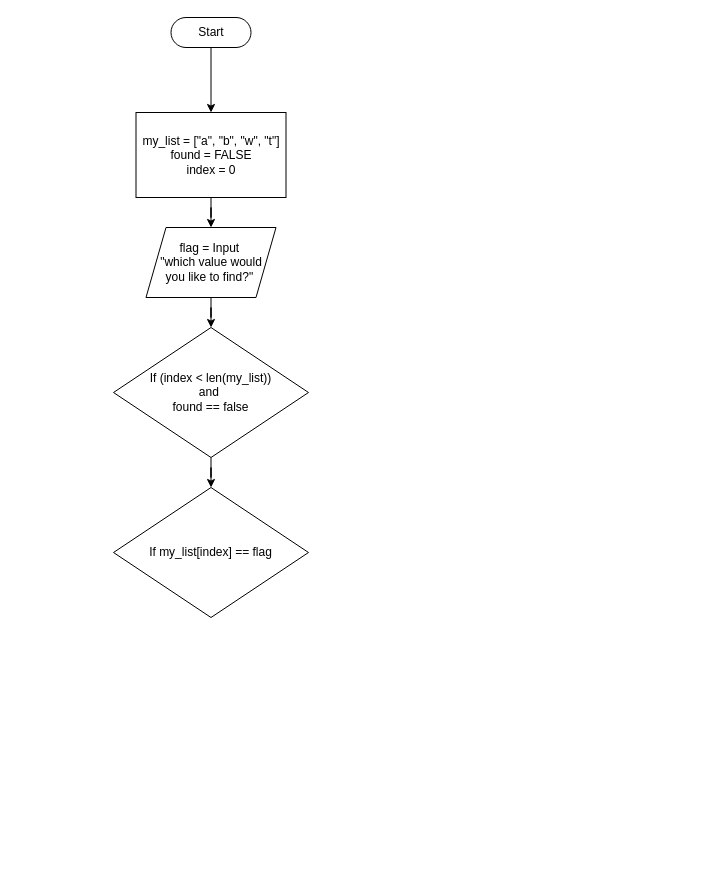
Before: Binary Search Diagram.drawio in maycra01/comp-sci-notes, a draw.io diagram. Source tidied: cells renumbered, new cells numbered last; positions are measured from the earlier drawing's top-left corner, leaving out a move shared by most shapes. Both pictures are drawn from the tidied source at 100%, with x=0, y=0 at pixel (113, 17).
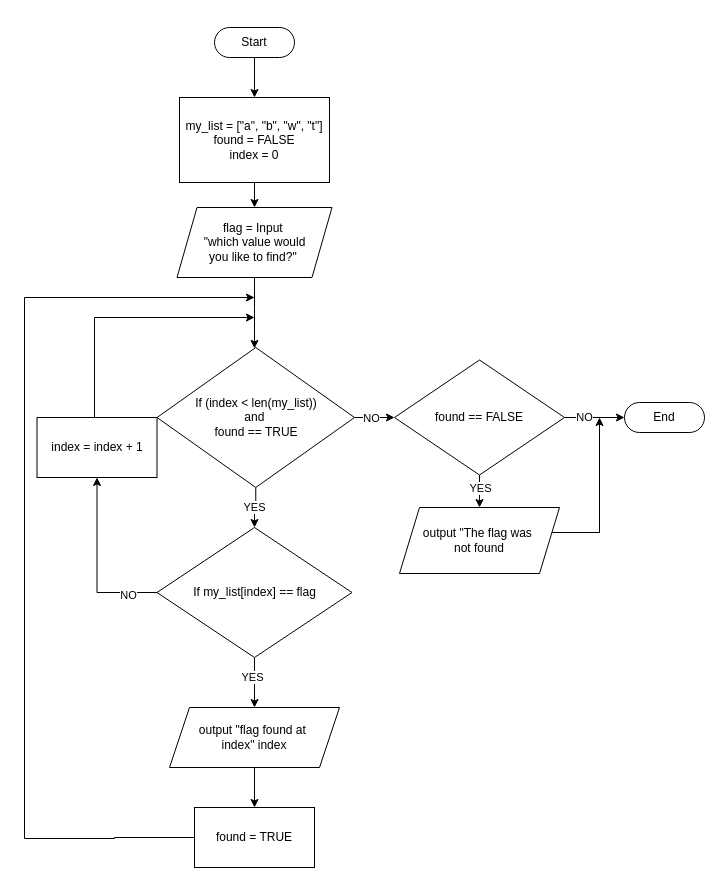
After the change.

Change to the diagram source:
```diff
@@
     <mxCell id="3" value="Start" style="html=1;dashed=0;whiteSpace=wrap;shape=mxgraph.dfd.start;" parent="1" vertex="1">
-      <mxGeometry x="57.5" width="80" height="30" as="geometry" />
+      <mxGeometry x="101" y="10" width="80" height="30" as="geometry" />
     </mxCell>
     <mxCell id="4" style="edgeStyle=orthogonalEdgeStyle;rounded=0;jettySize=auto;html=1;" parent="1" edge="1" source="5" target="9">
-      <mxGeometry relative="1" as="geometry" />
+      <mxGeometry relative="1" as="geometry">
+        <Array as="points">
+          <mxPoint x="141" y="290" />
+          <mxPoint x="141" y="290" />
+        </Array>
+      </mxGeometry>
     </mxCell>
     <mxCell id="5" value="flag = Input&amp;nbsp;&lt;div&gt;&quot;which value would&lt;/div&gt;&lt;div&gt;you like to find?&quot;&amp;nbsp;&lt;/div&gt;" style="shape=parallelogram;perimeter=parallelogramPerimeter;whiteSpace=wrap;html=1;fixedSize=1;dashed=0;" parent="1" vertex="1">
-      <mxGeometry x="32.5" y="210" width="130" height="70" as="geometry" />
+      <mxGeometry x="63.5" y="190" width="155" height="70" as="geometry" />
     </mxCell>
@@
     <mxCell id="7" value="my_list = [&quot;a&quot;, &quot;b&quot;, &quot;w&quot;, &quot;t&quot;]&lt;div&gt;found = FALSE&lt;/div&gt;&lt;div&gt;index = 0&lt;/div&gt;" style="whiteSpace=wrap;html=1;dashed=0;" parent="1" vertex="1">
-      <mxGeometry x="22.5" y="95" width="150" height="85" as="geometry" />
+      <mxGeometry x="66" y="80" width="150" height="85" as="geometry" />
     </mxCell>
-    <mxCell id="8" style="edgeStyle=orthogonalEdgeStyle;rounded=0;jettySize=auto;html=1;exitX=0.5;exitY=1;exitDx=0;exitDy=0;" parent="1" edge="1" source="9" target="10">
+    <mxCell id="8" value="YES" style="edgeStyle=orthogonalEdgeStyle;rounded=0;jettySize=auto;html=1;exitX=0.5;exitY=1;exitDx=0;exitDy=0;" parent="1" edge="1" source="9" target="10">
       <mxGeometry relative="1" as="geometry" />
     </mxCell>
+    <mxCell id="11" style="edgeStyle=orthogonalEdgeStyle;rounded=0;jettySize=auto;html=1;exitX=1;exitY=0.5;exitDx=0;exitDy=0;" parent="1" edge="1" source="9" target="26">
+      <mxGeometry relative="1" as="geometry">
+        <Array as="points">
+          <mxPoint x="251" y="400" />
+          <mxPoint x="251" y="400" />
+        </Array>
+      </mxGeometry>
+    </mxCell>
+    <mxCell id="12" value="NO" style="edgeLabel;html=1;align=center;verticalAlign=middle;" parent="11" vertex="1">
+      <mxGeometry x="-0.22" relative="1" as="geometry" />
+    </mxCell>
-    <mxCell id="9" value="If (index &amp;lt; len(my_list))&lt;div&gt;and&amp;nbsp;&lt;/div&gt;&lt;div&gt;found == false&lt;/div&gt;" style="rhombus;whiteSpace=wrap;html=1;dashed=0;" parent="1" vertex="1">
-      <mxGeometry y="310" width="195" height="130" as="geometry" />
+    <mxCell id="9" value="If (index &amp;lt; len(my_list))&lt;div&gt;and&amp;nbsp;&lt;/div&gt;&lt;div&gt;found == TRUE&lt;/div&gt;" style="rhombus;whiteSpace=wrap;html=1;dashed=0;" parent="1" vertex="1">
+      <mxGeometry x="43.5" y="330" width="197.5" height="140" as="geometry" />
     </mxCell>
+    <mxCell id="13" style="edgeStyle=orthogonalEdgeStyle;rounded=0;jettySize=auto;html=1;exitX=0;exitY=0.5;exitDx=0;exitDy=0;" parent="1" edge="1" source="10" target="18">
+      <mxGeometry relative="1" as="geometry" />
+    </mxCell>
+    <mxCell id="14" value="NO" style="edgeLabel;html=1;align=center;verticalAlign=middle;" parent="13" vertex="1">
+      <mxGeometry x="-0.66" y="2" relative="1" as="geometry">
+        <mxPoint x="1" as="offset" />
+      </mxGeometry>
+    </mxCell>
+    <mxCell id="15" style="edgeStyle=orthogonalEdgeStyle;rounded=0;jettySize=auto;html=1;exitX=0.5;exitY=1;exitDx=0;exitDy=0;" parent="1" edge="1" source="10" target="20">
+      <mxGeometry relative="1" as="geometry" />
+    </mxCell>
+    <mxCell id="16" value="YES" style="edgeLabel;html=1;align=center;verticalAlign=middle;" parent="15" vertex="1">
+      <mxGeometry x="-0.23" y="-3" relative="1" as="geometry" />
+    </mxCell>
     <mxCell id="10" value="If my_list[index] == flag" style="rhombus;whiteSpace=wrap;html=1;dashed=0;" parent="1" vertex="1">
-      <mxGeometry y="470" width="195" height="130" as="geometry" />
+      <mxGeometry x="43.5" y="510" width="195" height="130" as="geometry" />
     </mxCell>
+    <mxCell id="17" style="edgeStyle=orthogonalEdgeStyle;rounded=0;orthogonalLoop=1;jettySize=auto;html=1;" parent="1" edge="1">
+      <mxGeometry relative="1" as="geometry">
+        <mxPoint x="-19" y="420" as="sourcePoint" />
+        <mxPoint x="141" y="300" as="targetPoint" />
+        <Array as="points">
+          <mxPoint x="-19" y="300" />
+        </Array>
+      </mxGeometry>
+    </mxCell>
+    <mxCell id="18" value="index = index + 1" style="rounded=0;whiteSpace=wrap;html=1;" parent="1" vertex="1">
+      <mxGeometry x="-76.5" y="400" width="120" height="60" as="geometry" />
+    </mxCell>
+    <mxCell id="19" style="edgeStyle=orthogonalEdgeStyle;rounded=0;jettySize=auto;html=1;" parent="1" edge="1" source="20" target="22">
+      <mxGeometry relative="1" as="geometry" />
+    </mxCell>
+    <mxCell id="20" value="output&amp;nbsp;&lt;span style=&quot;background-color: initial;&quot;&gt;&quot;flag found at&amp;nbsp;&lt;/span&gt;&lt;div&gt;&lt;span style=&quot;background-color: initial;&quot;&gt;index&quot; index&lt;/span&gt;&lt;/div&gt;" style="shape=parallelogram;perimeter=parallelogramPerimeter;whiteSpace=wrap;html=1;fixedSize=1;" parent="1" vertex="1">
+      <mxGeometry x="56" y="690" width="170" height="60" as="geometry" />
+    </mxCell>
+    <mxCell id="21" style="edgeStyle=orthogonalEdgeStyle;rounded=0;jettySize=auto;html=1;" parent="1" edge="1" source="22">
+      <mxGeometry relative="1" as="geometry">
+        <mxPoint x="141" y="280" as="targetPoint" />
+        <Array as="points">
+          <mxPoint x="1" y="820" />
+          <mxPoint x="-89" y="821" />
+          <mxPoint x="-89" y="280" />
+        </Array>
+      </mxGeometry>
+    </mxCell>
+    <mxCell id="22" value="found = TRUE" style="whiteSpace=wrap;html=1;" parent="1" vertex="1">
+      <mxGeometry x="81" y="790" width="120" height="60" as="geometry" />
+    </mxCell>
+    <mxCell id="23" style="edgeStyle=orthogonalEdgeStyle;rounded=0;jettySize=auto;html=1;exitX=0.5;exitY=1;exitDx=0;exitDy=0;" parent="1" edge="1" source="26" target="28">
+      <mxGeometry relative="1" as="geometry" />
+    </mxCell>
+    <mxCell id="24" value="YES" style="edgeLabel;html=1;align=center;verticalAlign=middle;" parent="23" vertex="1">
+      <mxGeometry x="-0.21" y="2" relative="1" as="geometry">
+        <mxPoint x="-2" y="-6" as="offset" />
+      </mxGeometry>
+    </mxCell>
+    <mxCell id="25" value="NO" style="edgeStyle=orthogonalEdgeStyle;rounded=0;jettySize=auto;html=1;exitX=1;exitY=0.5;exitDx=0;exitDy=0;" parent="1" edge="1" source="26" target="29">
+      <mxGeometry x="-0.33" relative="1" as="geometry" />
+    </mxCell>
+    <mxCell id="26" value="found == FALSE" style="rhombus;whiteSpace=wrap;html=1;" parent="1" vertex="1">
+      <mxGeometry x="281" y="342.5" width="170" height="115" as="geometry" />
+    </mxCell>
+    <mxCell id="27" style="edgeStyle=orthogonalEdgeStyle;rounded=0;orthogonalLoop=1;jettySize=auto;html=1;exitX=1;exitY=0.5;exitDx=0;exitDy=0;" parent="1" edge="1">
+      <mxGeometry relative="1" as="geometry">
+        <mxPoint x="411" y="523" as="sourcePoint" />
+        <mxPoint x="486" y="400" as="targetPoint" />
+        <Array as="points">
+          <mxPoint x="486" y="515" />
+        </Array>
+      </mxGeometry>
+    </mxCell>
+    <mxCell id="28" value="output &quot;The flag was&amp;nbsp;&lt;div&gt;not found&lt;/div&gt;" style="shape=parallelogram;perimeter=parallelogramPerimeter;whiteSpace=wrap;html=1;fixedSize=1;" parent="1" vertex="1">
+      <mxGeometry x="286" y="490" width="160" height="66" as="geometry" />
+    </mxCell>
+    <mxCell id="29" value="End" style="html=1;dashed=0;whiteSpace=wrap;shape=mxgraph.dfd.start;" parent="1" vertex="1">
+      <mxGeometry x="511" y="385" width="80" height="30" as="geometry" />
+    </mxCell>
```
